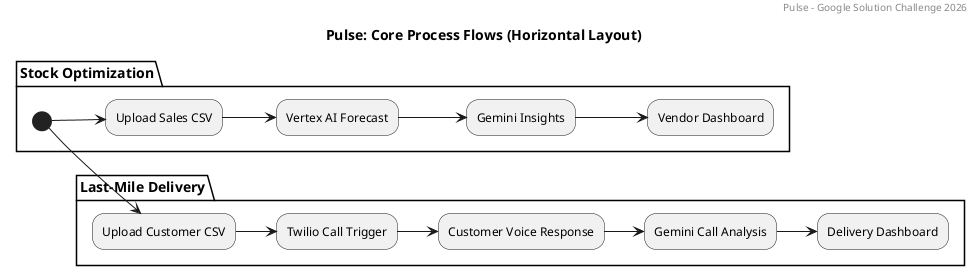
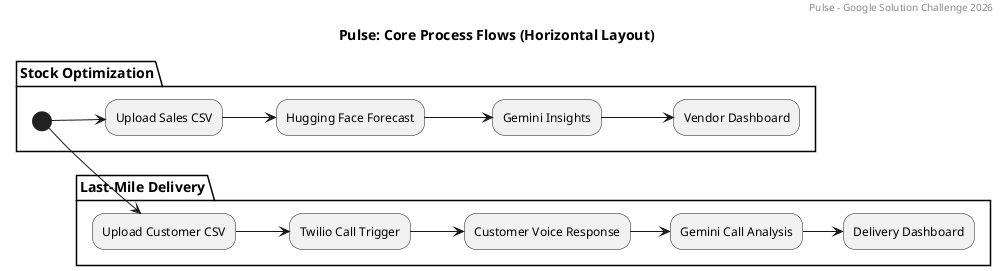
@startuml PulseProcessFlow

header Pulse - Google Solution Challenge 2026
title Pulse: Core Process Flows (Horizontal Layout)

left to right direction

' Partition 1: Stock optimization
partition "Stock Optimization" {
    (*) --> "Upload Sales CSV"
-     --> "Vertex AI Forecast"
+     --> "Hugging Face Forecast"
    --> "Gemini Insights"
    --> "Vendor Dashboard"
}

' Partition 2: Delivery coordination
partition "Last-Mile Delivery" {
    (*) --> "Upload Customer CSV"
    --> "Twilio Call Trigger"
    --> "Customer Voice Response"
    --> "Gemini Call Analysis"
    --> "Delivery Dashboard"
}

@enduml
